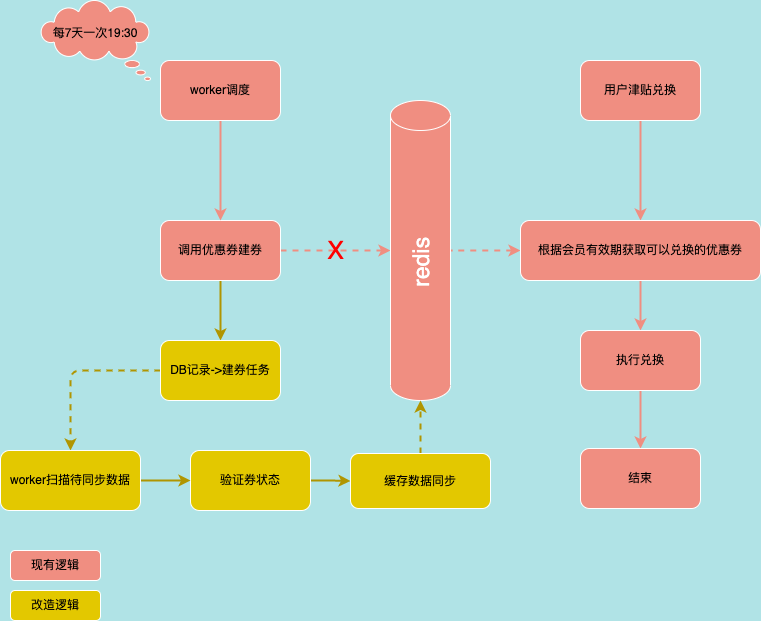
This is 自动建券.png from 845642761/diagram, a draw.io export, as it was before one commit. Source tidied: cells renumbered, new cells last; positions are measured from the earlier drawing's top-left corner, leaving out a move shared by most shapes.
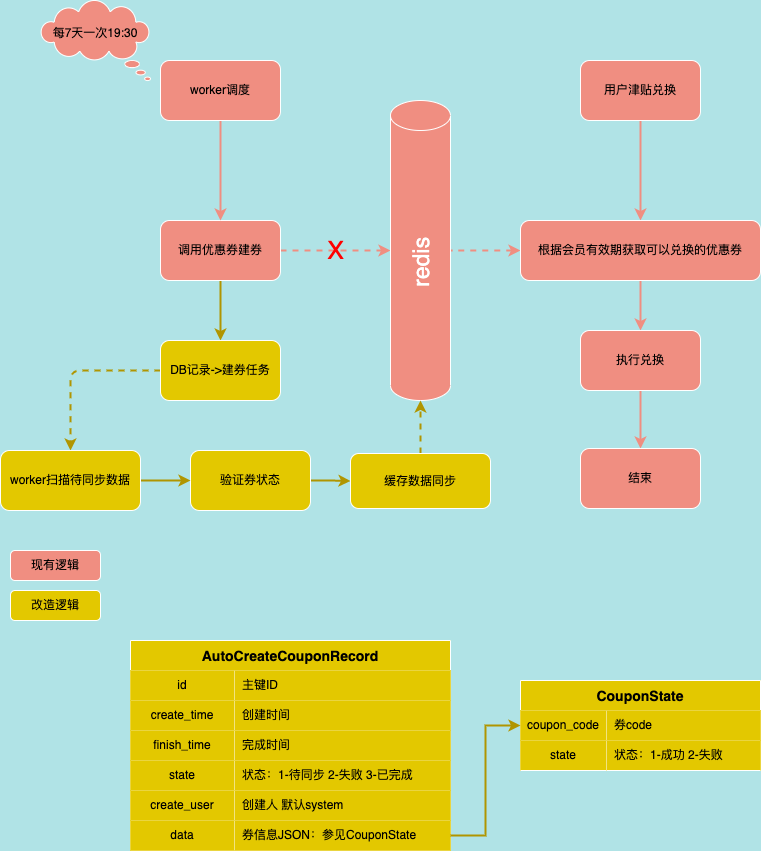
After the commit.

Commit message:
更新自动建券.png

Change to the diagram source:
```diff
@@ -77,5 +77,86 @@
     <mxCell id="26" value="worker扫描待同步数据" style="whiteSpace=wrap;html=1;fillColor=#e3c800;strokeColor=#FFFFFF;rounded=1;sketch=0;fontColor=#000000;" parent="1" vertex="1">
       <mxGeometry y="450" width="140" height="60" as="geometry" />
     </mxCell>
+    <mxCell id="27" value="AutoCreateCouponRecord" style="shape=table;startSize=30;rowLines=0;fontStyle=1;fontSize=14;fillColor=#e3c800;strokeColor=#FFFFFF;fontColor=#000000;separatorColor=#FFFFFF;" parent="1" vertex="1">
+      <mxGeometry x="130" y="640" width="320" height="210" as="geometry" />
+    </mxCell>
+    <mxCell id="28" style="shape=tableRow;horizontal=0;startSize=0;swimlaneHead=0;swimlaneBody=0;top=0;left=0;bottom=0;right=0;fillColor=#e3c800;fontSize=25;strokeColor=#B09500;fontColor=#000000;" parent="27" vertex="1">
+      <mxGeometry y="30" width="320" height="30" as="geometry" />
+    </mxCell>
+    <mxCell id="29" value="id" style="shape=partialRectangle;html=1;whiteSpace=wrap;fillColor=#e3c800;top=0;left=0;bottom=1;right=1;overflow=hidden;fontSize=12;strokeColor=#FFFFFF;fontColor=#000000;" parent="28" vertex="1">
+      <mxGeometry width="104" height="30" as="geometry" />
+    </mxCell>
+    <mxCell id="30" value="主键ID" style="shape=partialRectangle;html=1;whiteSpace=wrap;fillColor=#e3c800;top=0;left=0;bottom=1;right=0;align=left;spacingLeft=6;overflow=hidden;fontSize=12;strokeColor=#FFFFFF;fontColor=#000000;" parent="28" vertex="1">
+      <mxGeometry x="104" width="216" height="30" as="geometry" />
+    </mxCell>
+    <mxCell id="31" style="shape=tableRow;horizontal=0;startSize=0;swimlaneHead=0;swimlaneBody=0;top=0;left=0;bottom=0;right=0;fillColor=#e3c800;fontSize=25;strokeColor=#B09500;fontColor=#000000;" parent="27" vertex="1">
+      <mxGeometry y="60" width="320" height="30" as="geometry" />
+    </mxCell>
+    <mxCell id="32" value="create_time" style="shape=partialRectangle;html=1;whiteSpace=wrap;fillColor=#e3c800;top=0;left=0;bottom=1;right=1;overflow=hidden;fontSize=12;strokeColor=#FFFFFF;fontColor=#000000;" parent="31" vertex="1">
+      <mxGeometry width="104" height="30" as="geometry" />
+    </mxCell>
+    <mxCell id="33" value="创建时间" style="shape=partialRectangle;html=1;whiteSpace=wrap;fillColor=#e3c800;top=0;left=0;bottom=1;right=0;align=left;spacingLeft=6;overflow=hidden;fontSize=12;strokeColor=#FFFFFF;fontColor=#000000;" parent="31" vertex="1">
+      <mxGeometry x="104" width="216" height="30" as="geometry" />
+    </mxCell>
+    <mxCell id="34" style="shape=tableRow;horizontal=0;startSize=0;swimlaneHead=0;swimlaneBody=0;top=0;left=0;bottom=0;right=0;fillColor=#e3c800;fontSize=25;strokeColor=#B09500;fontColor=#000000;" parent="27" vertex="1">
+      <mxGeometry y="90" width="320" height="30" as="geometry" />
+    </mxCell>
+    <mxCell id="35" value="&lt;div style=&quot;font-size: 12px&quot;&gt;finish_time&lt;/div&gt;" style="shape=partialRectangle;html=1;whiteSpace=wrap;fillColor=#e3c800;top=0;left=0;bottom=1;right=1;overflow=hidden;fontSize=12;strokeColor=#FFFFFF;fontColor=#000000;" parent="34" vertex="1">
+      <mxGeometry width="104" height="30" as="geometry" />
+    </mxCell>
+    <mxCell id="36" value="完成时间" style="shape=partialRectangle;html=1;whiteSpace=wrap;fillColor=#e3c800;top=0;left=0;bottom=1;right=0;align=left;spacingLeft=6;overflow=hidden;fontSize=12;strokeColor=#FFFFFF;fontColor=#000000;" parent="34" vertex="1">
+      <mxGeometry x="104" width="216" height="30" as="geometry" />
+    </mxCell>
+    <mxCell id="37" style="shape=tableRow;horizontal=0;startSize=0;swimlaneHead=0;swimlaneBody=0;top=0;left=0;bottom=0;right=0;fillColor=#e3c800;fontSize=25;strokeColor=#B09500;fontColor=#000000;" parent="27" vertex="1">
+      <mxGeometry y="120" width="320" height="30" as="geometry" />
+    </mxCell>
+    <mxCell id="38" value="&lt;div&gt;state&lt;/div&gt;" style="shape=partialRectangle;html=1;whiteSpace=wrap;fillColor=#e3c800;top=0;left=0;bottom=1;right=1;overflow=hidden;fontSize=12;strokeColor=#FFFFFF;fontColor=#000000;" parent="37" vertex="1">
+      <mxGeometry width="104" height="30" as="geometry" />
+    </mxCell>
+    <mxCell id="39" value="状态：1-待同步 2-失败 3-已完成" style="shape=partialRectangle;html=1;whiteSpace=wrap;fillColor=#e3c800;top=0;left=0;bottom=1;right=0;align=left;spacingLeft=6;overflow=hidden;fontSize=12;strokeColor=#FFFFFF;fontColor=#000000;" parent="37" vertex="1">
+      <mxGeometry x="104" width="216" height="30" as="geometry" />
+    </mxCell>
+    <mxCell id="40" style="shape=tableRow;horizontal=0;startSize=0;swimlaneHead=0;swimlaneBody=0;top=0;left=0;bottom=0;right=0;fillColor=#e3c800;fontSize=25;strokeColor=#B09500;fontColor=#000000;" parent="27" vertex="1">
+      <mxGeometry y="150" width="320" height="30" as="geometry" />
+    </mxCell>
+    <mxCell id="41" value="create_user" style="shape=partialRectangle;html=1;whiteSpace=wrap;fillColor=#e3c800;top=0;left=0;bottom=1;right=1;overflow=hidden;fontSize=12;strokeColor=#FFFFFF;fontColor=#000000;" parent="40" vertex="1">
+      <mxGeometry width="104" height="30" as="geometry" />
+    </mxCell>
+    <mxCell id="42" value="创建人 默认system" style="shape=partialRectangle;html=1;whiteSpace=wrap;fillColor=#e3c800;top=0;left=0;bottom=1;right=0;align=left;spacingLeft=6;overflow=hidden;fontSize=12;strokeColor=#FFFFFF;fontColor=#000000;" parent="40" vertex="1">
+      <mxGeometry x="104" width="216" height="30" as="geometry" />
+    </mxCell>
+    <mxCell id="43" style="shape=tableRow;horizontal=0;startSize=0;swimlaneHead=0;swimlaneBody=0;top=0;left=0;bottom=0;right=0;fillColor=#e3c800;points=[[0,0.5],[1,0.5]];portConstraint=eastwest;fontSize=25;fontColor=#000000;strokeColor=#B09500;" parent="27" vertex="1">
+      <mxGeometry y="180" width="320" height="30" as="geometry" />
+    </mxCell>
+    <mxCell id="44" value="data" style="shape=partialRectangle;html=1;whiteSpace=wrap;fillColor=#e3c800;top=0;left=0;bottom=0;right=1;overflow=hidden;fontSize=12;fontColor=#000000;strokeColor=#FFFFFF;" parent="43" vertex="1">
+      <mxGeometry width="104" height="30" as="geometry" />
+    </mxCell>
+    <mxCell id="45" value="券信息JSON：参见CouponState" style="shape=partialRectangle;html=1;whiteSpace=wrap;fillColor=#e3c800;top=0;left=0;bottom=0;right=0;align=left;spacingLeft=6;overflow=hidden;fontSize=12;fontColor=#000000;strokeColor=#FFFFFF;" parent="43" vertex="1">
+      <mxGeometry x="104" width="216" height="30" as="geometry" />
+    </mxCell>
+    <mxCell id="46" value="CouponState" style="shape=table;startSize=30;rowLines=0;fontStyle=1;fontSize=14;fillColor=#e3c800;strokeColor=#FFFFFF;fontColor=#000000;separatorColor=#FFFFFF;" parent="1" vertex="1">
+      <mxGeometry x="520" y="680" width="240" height="90" as="geometry" />
+    </mxCell>
+    <mxCell id="47" style="shape=tableRow;horizontal=0;startSize=0;swimlaneHead=0;swimlaneBody=0;top=0;left=0;bottom=0;right=0;fillColor=#e3c800;points=[[0,0.5],[1,0.5]];portConstraint=eastwest;fontSize=25;strokeColor=#B09500;fontColor=#000000;" parent="46" vertex="1">
+      <mxGeometry y="30" width="240" height="30" as="geometry" />
+    </mxCell>
+    <mxCell id="48" value="coupon_code" style="shape=partialRectangle;html=1;whiteSpace=wrap;fillColor=#e3c800;top=0;left=0;bottom=1;right=1;overflow=hidden;fontSize=12;strokeColor=#FFFFFF;fontColor=#000000;" parent="47" vertex="1">
+      <mxGeometry width="86" height="30" as="geometry" />
+    </mxCell>
+    <mxCell id="49" value="券code" style="shape=partialRectangle;html=1;whiteSpace=wrap;fillColor=#e3c800;top=0;left=0;bottom=1;right=0;align=left;spacingLeft=6;overflow=hidden;fontSize=12;strokeColor=#FFFFFF;fontColor=#000000;" parent="47" vertex="1">
+      <mxGeometry x="86" width="154" height="30" as="geometry" />
+    </mxCell>
+    <mxCell id="50" style="shape=tableRow;horizontal=0;startSize=0;swimlaneHead=0;swimlaneBody=0;top=0;left=0;bottom=0;right=0;fillColor=#e3c800;fontSize=25;strokeColor=#B09500;fontColor=#000000;" parent="46" vertex="1">
+      <mxGeometry y="60" width="240" height="30" as="geometry" />
+    </mxCell>
+    <mxCell id="51" value="&lt;div&gt;state&lt;/div&gt;" style="shape=partialRectangle;html=1;whiteSpace=wrap;fillColor=#e3c800;top=0;left=0;bottom=1;right=1;overflow=hidden;fontSize=12;strokeColor=#FFFFFF;fontColor=#000000;" parent="50" vertex="1">
+      <mxGeometry width="86" height="30" as="geometry" />
+    </mxCell>
+    <mxCell id="52" value="状态：1-成功 2-失败" style="shape=partialRectangle;html=1;whiteSpace=wrap;fillColor=#e3c800;top=0;left=0;bottom=1;right=0;align=left;spacingLeft=6;overflow=hidden;fontSize=12;strokeColor=#FFFFFF;fontColor=#000000;" parent="50" vertex="1">
+      <mxGeometry x="86" width="154" height="30" as="geometry" />
+    </mxCell>
+    <mxCell id="53" style="edgeStyle=orthogonalEdgeStyle;rounded=0;jettySize=auto;html=1;entryX=0;entryY=0.5;entryDx=0;entryDy=0;fontSize=12;fontColor=#FFFFFF;strokeColor=#B09500;strokeWidth=2;" parent="1" edge="1" source="43" target="47">
+      <mxGeometry relative="1" as="geometry" />
+    </mxCell>
   </root>
 </mxGraphModel>
```
